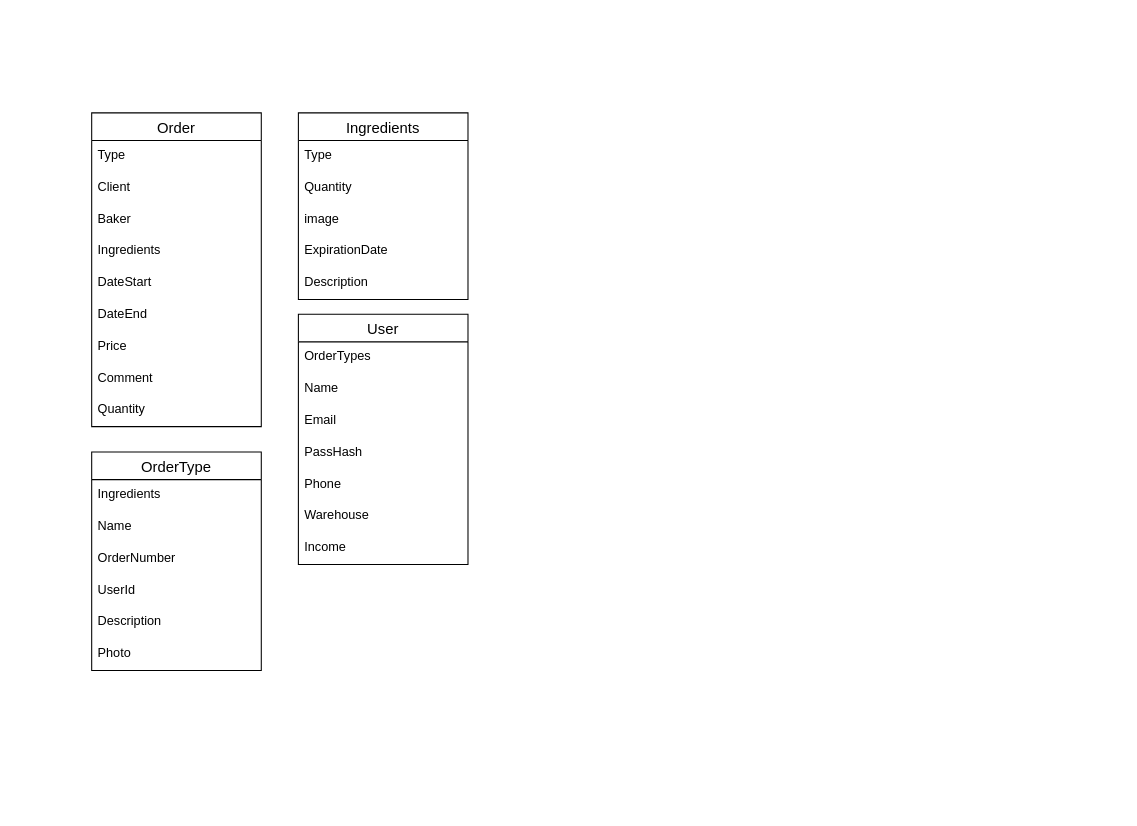
uBake/backend keeps this draw.io diagram as logic.drawio. Above is the earlier version. Source tidied: cells renumbered, new cells numbered last; positions are measured from the earlier drawing's top-left corner, leaving out a move shared by most shapes. Both pictures are drawn from the tidied source at 106%, with x=0, y=0 at pixel (91, 112).
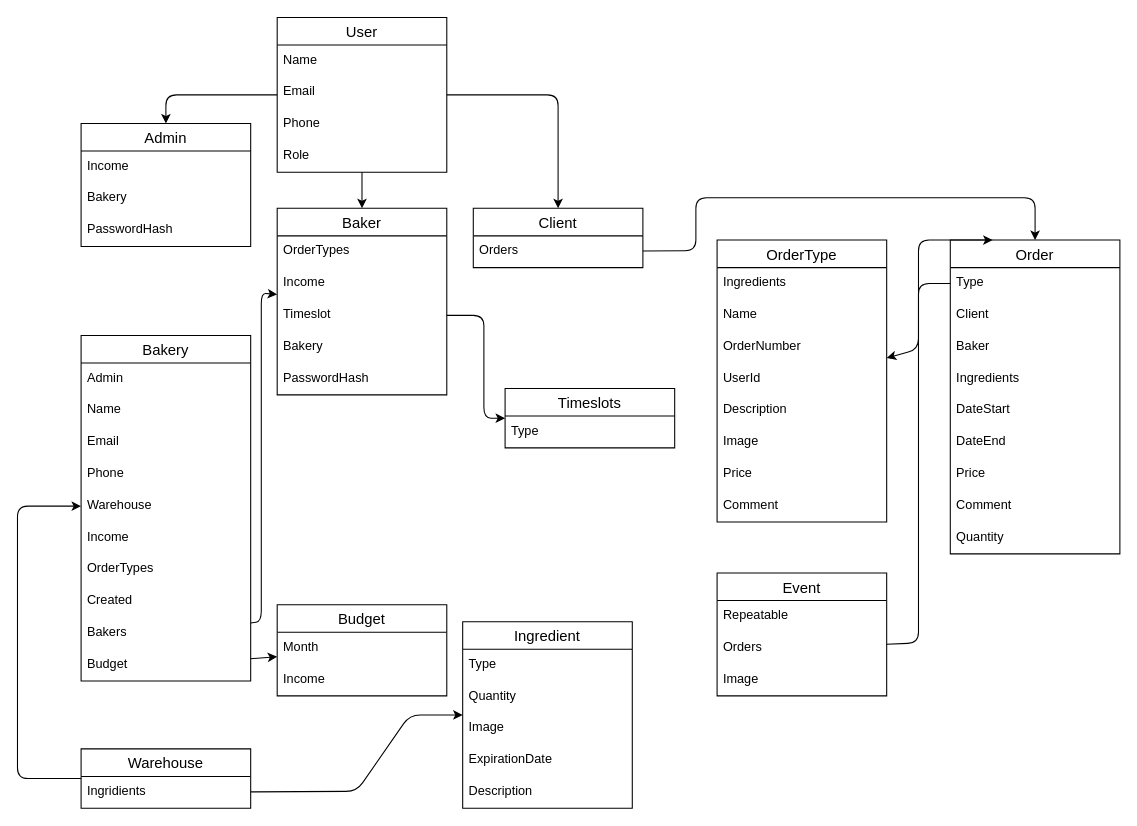
Above is the later version.

Unchanged cells that the change refers to:
```xml
<mxCell id="3" value="Type" style="text;strokeColor=none;fillColor=none;spacingLeft=4;spacingRight=4;overflow=hidden;points=[[0,0.5],[1,0.5]];portConstraint=eastwest;fontSize=12;" parent="2" vertex="1">
  <mxGeometry y="26" width="160" height="30" as="geometry" />
</mxCell>
```

Change to the diagram source:
```diff
@@
     <mxCell id="2" value="Order" style="swimlane;fontStyle=0;horizontal=1;startSize=26;align=center;fontSize=14;" parent="1" vertex="1">
-      <mxGeometry width="160" height="296" as="geometry" />
+      <mxGeometry x="810" y="120" width="160" height="296" as="geometry" />
     </mxCell>
@@
-    <mxCell id="12" value="Ingredients" style="swimlane;fontStyle=0;horizontal=1;startSize=26;align=center;fontSize=14;" parent="1" vertex="1">
-      <mxGeometry x="195" width="160" height="176" as="geometry" />
+    <mxCell id="12" value="Ingredient" style="swimlane;fontStyle=0;horizontal=1;startSize=26;align=center;fontSize=14;" parent="1" vertex="1">
+      <mxGeometry x="350" y="480" width="160" height="176" as="geometry" />
     </mxCell>
@@
-    <mxCell id="15" value="image" style="text;strokeColor=none;fillColor=none;spacingLeft=4;spacingRight=4;overflow=hidden;fontSize=12;" parent="12" vertex="1">
+    <mxCell id="15" value="Image" style="text;strokeColor=none;fillColor=none;spacingLeft=4;spacingRight=4;overflow=hidden;fontSize=12;" parent="12" vertex="1">
       <mxGeometry y="86" width="160" height="30" as="geometry" />
     </mxCell>
@@
+    <mxCell id="33" style="edgeStyle=none;html=1;entryX=0.5;entryY=0;entryDx=0;entryDy=0;" parent="1" edge="1" source="18" target="40">
+      <mxGeometry relative="1" as="geometry" />
+    </mxCell>
+    <mxCell id="34" style="edgeStyle=none;rounded=1;html=1;" parent="1" edge="1" source="18" target="45">
+      <mxGeometry relative="1" as="geometry">
+        <Array as="points">
+          <mxPoint x="440" y="-17" />
+        </Array>
+      </mxGeometry>
+    </mxCell>
+    <mxCell id="35" style="edgeStyle=none;rounded=1;html=1;" parent="1" edge="1" source="18" target="47">
+      <mxGeometry relative="1" as="geometry">
+        <Array as="points">
+          <mxPoint x="70" y="-17" />
+        </Array>
+      </mxGeometry>
+    </mxCell>
     <mxCell id="18" value="User" style="swimlane;fontStyle=0;horizontal=1;startSize=26;align=center;fontSize=14;" parent="1" vertex="1">
-      <mxGeometry x="195" y="190" width="160" height="236" as="geometry" />
+      <mxGeometry x="175" y="-90" width="160" height="146" as="geometry" />
     </mxCell>
-    <mxCell id="19" value="OrderTypes" style="text;strokeColor=none;fillColor=none;spacingLeft=4;spacingRight=4;overflow=hidden;fontSize=12;" parent="18" vertex="1">
-      <mxGeometry y="26" width="160" height="30" as="geometry" />
-    </mxCell>
     <mxCell id="20" value="Name" style="text;strokeColor=none;fillColor=none;spacingLeft=4;spacingRight=4;overflow=hidden;fontSize=12;" parent="18" vertex="1">
-      <mxGeometry y="56" width="160" height="30" as="geometry" />
+      <mxGeometry y="26" width="160" height="30" as="geometry" />
     </mxCell>
     <mxCell id="21" value="Email" style="text;strokeColor=none;fillColor=none;spacingLeft=4;spacingRight=4;overflow=hidden;fontSize=12;" parent="18" vertex="1">
-      <mxGeometry y="86" width="160" height="30" as="geometry" />
+      <mxGeometry y="56" width="160" height="30" as="geometry" />
     </mxCell>
-    <mxCell id="22" value="PassHash" style="text;strokeColor=none;fillColor=none;spacingLeft=4;spacingRight=4;overflow=hidden;fontSize=12;" parent="18" vertex="1">
-      <mxGeometry y="116" width="160" height="30" as="geometry" />
-    </mxCell>
     <mxCell id="23" value="Phone" style="text;strokeColor=none;fillColor=none;spacingLeft=4;spacingRight=4;overflow=hidden;fontSize=12;" parent="18" vertex="1">
-      <mxGeometry y="146" width="160" height="30" as="geometry" />
+      <mxGeometry y="86" width="160" height="30" as="geometry" />
     </mxCell>
-    <mxCell id="24" value="Warehouse" style="text;strokeColor=none;fillColor=none;spacingLeft=4;spacingRight=4;overflow=hidden;fontSize=12;" parent="18" vertex="1">
-      <mxGeometry y="176" width="160" height="30" as="geometry" />
+    <mxCell id="24" value="Role" style="text;strokeColor=none;fillColor=none;spacingLeft=4;spacingRight=4;overflow=hidden;fontSize=12;" parent="18" vertex="1">
+      <mxGeometry y="116" width="160" height="30" as="geometry" />
     </mxCell>
-    <mxCell id="25" value="Income" style="text;strokeColor=none;fillColor=none;spacingLeft=4;spacingRight=4;overflow=hidden;fontSize=12;" parent="18" vertex="1">
-      <mxGeometry y="206" width="160" height="30" as="geometry" />
-    </mxCell>
     <mxCell id="26" value="OrderType" style="swimlane;fontStyle=0;horizontal=1;startSize=26;align=center;fontSize=14;" parent="1" vertex="1">
-      <mxGeometry y="320" width="160" height="206" as="geometry" />
+      <mxGeometry x="590" y="120" width="160" height="266" as="geometry" />
     </mxCell>
@@
-    <mxCell id="32" value="Photo" style="text;strokeColor=none;fillColor=none;spacingLeft=4;spacingRight=4;overflow=hidden;fontSize=12;" parent="26" vertex="1">
+    <mxCell id="32" value="Image" style="text;strokeColor=none;fillColor=none;spacingLeft=4;spacingRight=4;overflow=hidden;fontSize=12;" parent="26" vertex="1">
       <mxGeometry y="176" width="160" height="30" as="geometry" />
     </mxCell>
+    <mxCell id="36" value="Price" style="text;strokeColor=none;fillColor=none;spacingLeft=4;spacingRight=4;overflow=hidden;fontSize=12;" parent="26" vertex="1">
+      <mxGeometry y="206" width="160" height="30" as="geometry" />
+    </mxCell>
+    <mxCell id="37" value="Comment" style="text;strokeColor=none;fillColor=none;spacingLeft=4;spacingRight=4;overflow=hidden;fontSize=12;" parent="26" vertex="1">
+      <mxGeometry y="236" width="160" height="30" as="geometry" />
+    </mxCell>
+    <mxCell id="38" value="Timeslots" style="swimlane;fontStyle=0;horizontal=1;startSize=26;align=center;fontSize=14;" parent="1" vertex="1">
+      <mxGeometry x="390" y="260" width="160" height="56" as="geometry" />
+    </mxCell>
+    <mxCell id="39" value="Type" style="text;strokeColor=none;fillColor=none;spacingLeft=4;spacingRight=4;overflow=hidden;fontSize=12;" parent="38" vertex="1">
+      <mxGeometry y="26" width="160" height="30" as="geometry" />
+    </mxCell>
+    <mxCell id="40" value="Baker" style="swimlane;fontStyle=0;horizontal=1;startSize=26;align=center;fontSize=14;" parent="1" vertex="1">
+      <mxGeometry x="175" y="90" width="160" height="176" as="geometry" />
+    </mxCell>
+    <mxCell id="19" value="OrderTypes" style="text;strokeColor=none;fillColor=none;spacingLeft=4;spacingRight=4;overflow=hidden;fontSize=12;" parent="40" vertex="1">
+      <mxGeometry y="26" width="160" height="30" as="geometry" />
+    </mxCell>
+    <mxCell id="41" value="Income" style="text;strokeColor=none;fillColor=none;spacingLeft=4;spacingRight=4;overflow=hidden;fontSize=12;" parent="40" vertex="1">
+      <mxGeometry y="56" width="160" height="30" as="geometry" />
+    </mxCell>
+    <mxCell id="42" value="Timeslot" style="text;strokeColor=none;fillColor=none;spacingLeft=4;spacingRight=4;overflow=hidden;points=[[0,0.5],[1,0.5]];portConstraint=eastwest;fontSize=12;" parent="40" vertex="1">
+      <mxGeometry y="86" width="160" height="30" as="geometry" />
+    </mxCell>
+    <mxCell id="43" value="Bakery" style="text;strokeColor=none;fillColor=none;spacingLeft=4;spacingRight=4;overflow=hidden;fontSize=12;" parent="40" vertex="1">
+      <mxGeometry y="116" width="160" height="30" as="geometry" />
+    </mxCell>
+    <mxCell id="44" value="PasswordHash" style="text;strokeColor=none;fillColor=none;spacingLeft=4;spacingRight=4;overflow=hidden;fontSize=12;" parent="40" vertex="1">
+      <mxGeometry y="146" width="160" height="30" as="geometry" />
+    </mxCell>
+    <mxCell id="45" value="Client" style="swimlane;fontStyle=0;horizontal=1;startSize=26;align=center;fontSize=14;" parent="1" vertex="1">
+      <mxGeometry x="360" y="90" width="160" height="56" as="geometry" />
+    </mxCell>
+    <mxCell id="46" value="Orders" style="text;strokeColor=none;fillColor=none;spacingLeft=4;spacingRight=4;overflow=hidden;points=[[0,0.5],[1,0.5]];portConstraint=eastwest;fontSize=12;" parent="45" vertex="1">
+      <mxGeometry y="26" width="160" height="30" as="geometry" />
+    </mxCell>
+    <mxCell id="47" value="Admin" style="swimlane;fontStyle=0;horizontal=1;startSize=26;align=center;fontSize=14;" parent="1" vertex="1">
+      <mxGeometry x="-10" y="10" width="160" height="116" as="geometry" />
+    </mxCell>
+    <mxCell id="48" value="Income" style="text;strokeColor=none;fillColor=none;spacingLeft=4;spacingRight=4;overflow=hidden;fontSize=12;" parent="47" vertex="1">
+      <mxGeometry y="26" width="160" height="30" as="geometry" />
+    </mxCell>
+    <mxCell id="49" value="Bakery" style="text;strokeColor=none;fillColor=none;spacingLeft=4;spacingRight=4;overflow=hidden;fontSize=12;" parent="47" vertex="1">
+      <mxGeometry y="56" width="160" height="30" as="geometry" />
+    </mxCell>
+    <mxCell id="50" value="PasswordHash" style="text;strokeColor=none;fillColor=none;spacingLeft=4;spacingRight=4;overflow=hidden;fontSize=12;" parent="47" vertex="1">
+      <mxGeometry y="86" width="160" height="30" as="geometry" />
+    </mxCell>
+    <mxCell id="51" value="Budget" style="swimlane;fontStyle=0;horizontal=1;startSize=26;align=center;fontSize=14;" parent="1" vertex="1">
+      <mxGeometry x="175" y="464" width="160" height="86" as="geometry" />
+    </mxCell>
+    <mxCell id="52" value="Month" style="text;strokeColor=none;fillColor=none;spacingLeft=4;spacingRight=4;overflow=hidden;fontSize=12;" parent="51" vertex="1">
+      <mxGeometry y="26" width="160" height="30" as="geometry" />
+    </mxCell>
+    <mxCell id="53" value="Income" style="text;strokeColor=none;fillColor=none;spacingLeft=4;spacingRight=4;overflow=hidden;fontSize=12;" parent="51" vertex="1">
+      <mxGeometry y="56" width="160" height="30" as="geometry" />
+    </mxCell>
+    <mxCell id="54" value="Bakery" style="swimlane;fontStyle=0;horizontal=1;startSize=26;align=center;fontSize=14;" parent="1" vertex="1">
+      <mxGeometry x="-10" y="210" width="160" height="326" as="geometry" />
+    </mxCell>
+    <mxCell id="55" value="Admin" style="text;strokeColor=none;fillColor=none;spacingLeft=4;spacingRight=4;overflow=hidden;fontSize=12;" parent="54" vertex="1">
+      <mxGeometry y="26" width="160" height="30" as="geometry" />
+    </mxCell>
+    <mxCell id="56" value="Name" style="text;strokeColor=none;fillColor=none;spacingLeft=4;spacingRight=4;overflow=hidden;fontSize=12;" parent="54" vertex="1">
+      <mxGeometry y="56" width="160" height="30" as="geometry" />
+    </mxCell>
+    <mxCell id="57" value="Email" style="text;strokeColor=none;fillColor=none;spacingLeft=4;spacingRight=4;overflow=hidden;fontSize=12;" parent="54" vertex="1">
+      <mxGeometry y="86" width="160" height="30" as="geometry" />
+    </mxCell>
+    <mxCell id="58" value="Phone" style="text;strokeColor=none;fillColor=none;spacingLeft=4;spacingRight=4;overflow=hidden;fontSize=12;" parent="54" vertex="1">
+      <mxGeometry y="116" width="160" height="30" as="geometry" />
+    </mxCell>
+    <mxCell id="59" value="Warehouse" style="text;strokeColor=none;fillColor=none;spacingLeft=4;spacingRight=4;overflow=hidden;points=[[0,0.5],[1,0.5]];portConstraint=eastwest;fontSize=12;" parent="54" vertex="1">
+      <mxGeometry y="146" width="160" height="30" as="geometry" />
+    </mxCell>
+    <mxCell id="60" value="Income" style="text;strokeColor=none;fillColor=none;spacingLeft=4;spacingRight=4;overflow=hidden;fontSize=12;" parent="54" vertex="1">
+      <mxGeometry y="176" width="160" height="30" as="geometry" />
+    </mxCell>
+    <mxCell id="61" value="OrderTypes" style="text;strokeColor=none;fillColor=none;spacingLeft=4;spacingRight=4;overflow=hidden;fontSize=12;" parent="54" vertex="1">
+      <mxGeometry y="206" width="160" height="30" as="geometry" />
+    </mxCell>
+    <mxCell id="62" value="Created" style="text;strokeColor=none;fillColor=none;spacingLeft=4;spacingRight=4;overflow=hidden;fontSize=12;" parent="54" vertex="1">
+      <mxGeometry y="236" width="160" height="30" as="geometry" />
+    </mxCell>
+    <mxCell id="63" value="Bakers" style="text;strokeColor=none;fillColor=none;spacingLeft=4;spacingRight=4;overflow=hidden;points=[[0,0.5],[1,0.5]];portConstraint=eastwest;fontSize=12;" parent="54" vertex="1">
+      <mxGeometry y="266" width="160" height="30" as="geometry" />
+    </mxCell>
+    <mxCell id="64" value="Budget" style="text;strokeColor=none;fillColor=none;spacingLeft=4;spacingRight=4;overflow=hidden;points=[[0,0.5],[1,0.5]];portConstraint=eastwest;fontSize=12;" parent="54" vertex="1">
+      <mxGeometry y="296" width="160" height="30" as="geometry" />
+    </mxCell>
+    <mxCell id="65" style="edgeStyle=none;rounded=1;html=1;" parent="1" edge="1" source="42" target="38">
+      <mxGeometry relative="1" as="geometry">
+        <Array as="points">
+          <mxPoint x="370" y="191" />
+          <mxPoint x="370" y="288" />
+        </Array>
+      </mxGeometry>
+    </mxCell>
+    <mxCell id="66" style="edgeStyle=none;rounded=1;html=1;" parent="1" edge="1" source="63" target="40">
+      <mxGeometry relative="1" as="geometry">
+        <Array as="points">
+          <mxPoint x="160" y="480" />
+          <mxPoint x="160" y="170" />
+        </Array>
+      </mxGeometry>
+    </mxCell>
+    <mxCell id="67" style="edgeStyle=none;rounded=1;html=1;" parent="1" edge="1" source="64" target="51">
+      <mxGeometry relative="1" as="geometry" />
+    </mxCell>
+    <mxCell id="68" style="edgeStyle=none;rounded=1;html=1;" parent="1" edge="1" source="69" target="59">
+      <mxGeometry relative="1" as="geometry">
+        <Array as="points">
+          <mxPoint x="-70" y="628" />
+          <mxPoint x="-70" y="371" />
+        </Array>
+      </mxGeometry>
+    </mxCell>
+    <mxCell id="69" value="Warehouse" style="swimlane;fontStyle=0;horizontal=1;startSize=26;align=center;fontSize=14;" parent="1" vertex="1">
+      <mxGeometry x="-10" y="600" width="160" height="56" as="geometry" />
+    </mxCell>
+    <mxCell id="70" value="Ingridients" style="text;strokeColor=none;fillColor=none;spacingLeft=4;spacingRight=4;overflow=hidden;points=[[0,0.5],[1,0.5]];portConstraint=eastwest;fontSize=12;" parent="69" vertex="1">
+      <mxGeometry y="26" width="160" height="30" as="geometry" />
+    </mxCell>
+    <mxCell id="71" style="edgeStyle=none;rounded=1;html=1;" parent="1" edge="1" source="46" target="2">
+      <mxGeometry relative="1" as="geometry">
+        <Array as="points">
+          <mxPoint x="570" y="130" />
+          <mxPoint x="570" y="80" />
+          <mxPoint x="890" y="80" />
+        </Array>
+      </mxGeometry>
+    </mxCell>
+    <mxCell id="72" style="edgeStyle=none;rounded=1;html=1;" parent="1" edge="1" source="3" target="26">
+      <mxGeometry relative="1" as="geometry">
+        <Array as="points">
+          <mxPoint x="780" y="161" />
+          <mxPoint x="780" y="223" />
+        </Array>
+      </mxGeometry>
+    </mxCell>
+    <mxCell id="73" value="Event" style="swimlane;fontStyle=0;horizontal=1;startSize=26;align=center;fontSize=14;" parent="1" vertex="1">
+      <mxGeometry x="590" y="434" width="160" height="116" as="geometry" />
+    </mxCell>
+    <mxCell id="74" value="Repeatable" style="text;strokeColor=none;fillColor=none;spacingLeft=4;spacingRight=4;overflow=hidden;fontSize=12;" parent="73" vertex="1">
+      <mxGeometry y="26" width="160" height="30" as="geometry" />
+    </mxCell>
+    <mxCell id="75" value="Orders" style="text;strokeColor=none;fillColor=none;spacingLeft=4;spacingRight=4;overflow=hidden;points=[[0,0.5],[1,0.5]];portConstraint=eastwest;fontSize=12;" parent="73" vertex="1">
+      <mxGeometry y="56" width="160" height="30" as="geometry" />
+    </mxCell>
+    <mxCell id="76" value="Image" style="text;strokeColor=none;fillColor=none;spacingLeft=4;spacingRight=4;overflow=hidden;fontSize=12;" parent="73" vertex="1">
+      <mxGeometry y="86" width="160" height="30" as="geometry" />
+    </mxCell>
+    <mxCell id="77" style="edgeStyle=none;rounded=1;html=1;entryX=0.25;entryY=0;entryDx=0;entryDy=0;" parent="1" edge="1" source="75" target="2">
+      <mxGeometry relative="1" as="geometry">
+        <Array as="points">
+          <mxPoint x="780" y="500" />
+          <mxPoint x="780" y="120" />
+        </Array>
+      </mxGeometry>
+    </mxCell>
+    <mxCell id="78" style="edgeStyle=none;rounded=1;html=1;" parent="1" edge="1" source="70" target="12">
+      <mxGeometry relative="1" as="geometry">
+        <Array as="points">
+          <mxPoint x="250" y="640" />
+          <mxPoint x="300" y="568" />
+        </Array>
+      </mxGeometry>
+    </mxCell>
```
